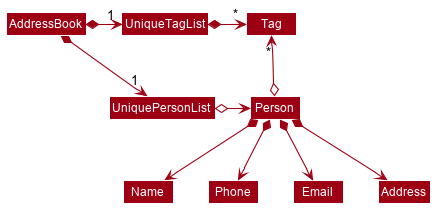
This is docs/images/BetterModelClassDiagram.png from nus-cs2103-AY2425S1/tp, a PlantUML export, as it was before one commit.
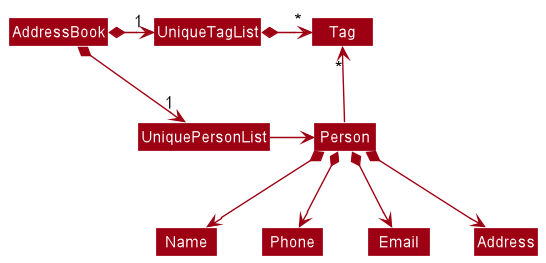
After the commit.

Commit message:
DG: Tweak the 'Model component' section

What changed in the source:
```diff
@@ -1,55 +1,8 @@
 @startuml
-
-
-
-
-
-
-
-
-skinparam BackgroundColor #FFFFFFF
-
-skinparam Shadowing false
-
-skinparam Class {
-    FontColor #FFFFFF
-    BorderThickness 1
-    BorderColor #FFFFFF
-    StereotypeFontColor #FFFFFF
-    FontName Arial
-}
-
-skinparam Actor {
-    BorderColor #000000
-    Color #000000
-    FontName Arial
-}
-
-skinparam Sequence {
-    MessageAlign center
-    BoxFontSize 15
-    BoxPadding 0
-    BoxFontColor #FFFFFF
-    FontName Arial
-}
-
-skinparam Participant {
-    FontColor #FFFFFFF
-    Padding 20
-}
-
-skinparam MinClassWidth 50
-skinparam ParticipantPadding 10
-skinparam Shadowing false
-skinparam DefaultTextAlignment center
-skinparam packageStyle Rectangle
-
-hide footbox
-hide members
-hide circle
+!include style.puml
 skinparam arrowThickness 1.1
-skinparam arrowColor #9D0012
-skinparam classBackgroundColor #9D0012
+skinparam arrowColor MODEL_COLOR
+skinparam classBackgroundColor MODEL_COLOR
 
 AddressBook *-right-> "1" UniquePersonList
 AddressBook *-right-> "1" UniqueTagList
@@ -57,9 +10,9 @@
 UniqueTagList -[hidden]down- UniquePersonList
 
 UniqueTagList *-right-> "*" Tag
-UniquePersonList o-right-> Person
+UniquePersonList -right-> Person
 
-Person o-up-> "*" Tag
+Person -up-> "*" Tag
 
 Person *--> Name
 Person *--> Phone
```
